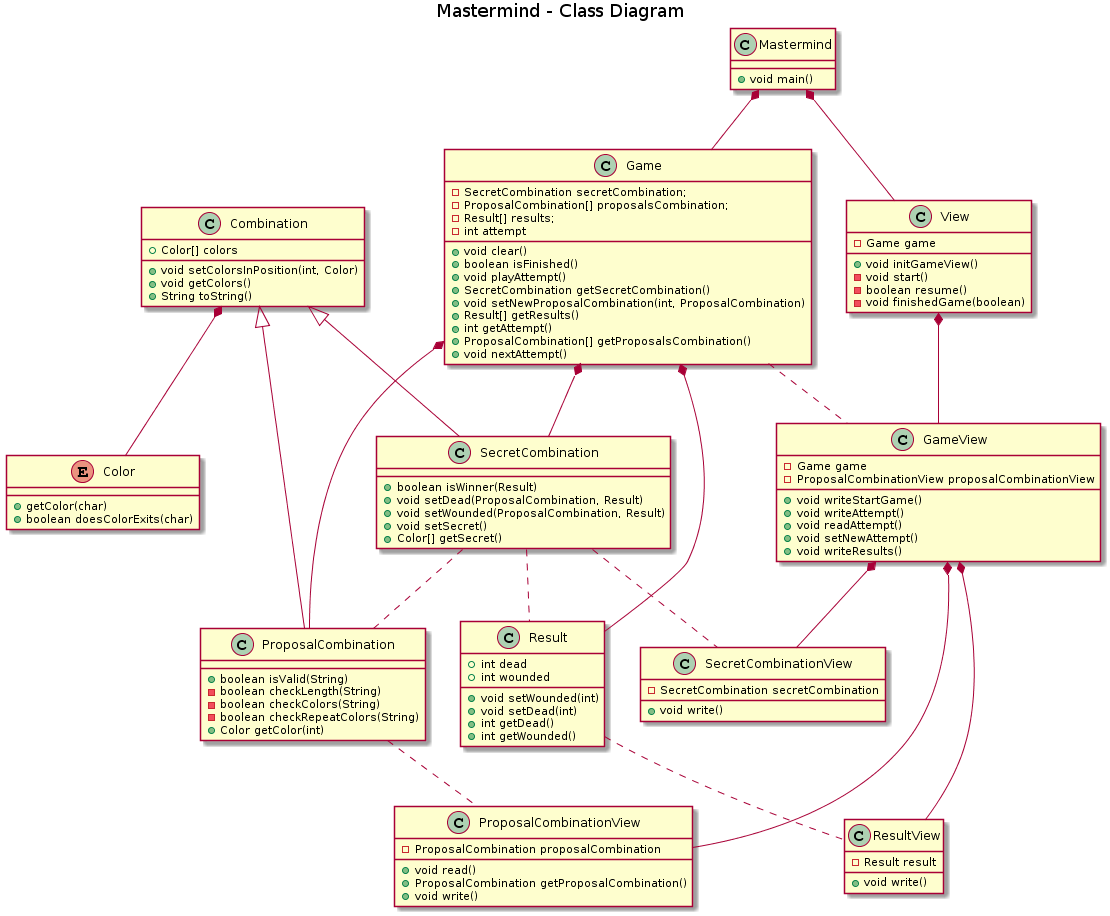
Earlier version of the PlantUML export images/diagramaClasesIteracion4.png (laucv/mastermind).
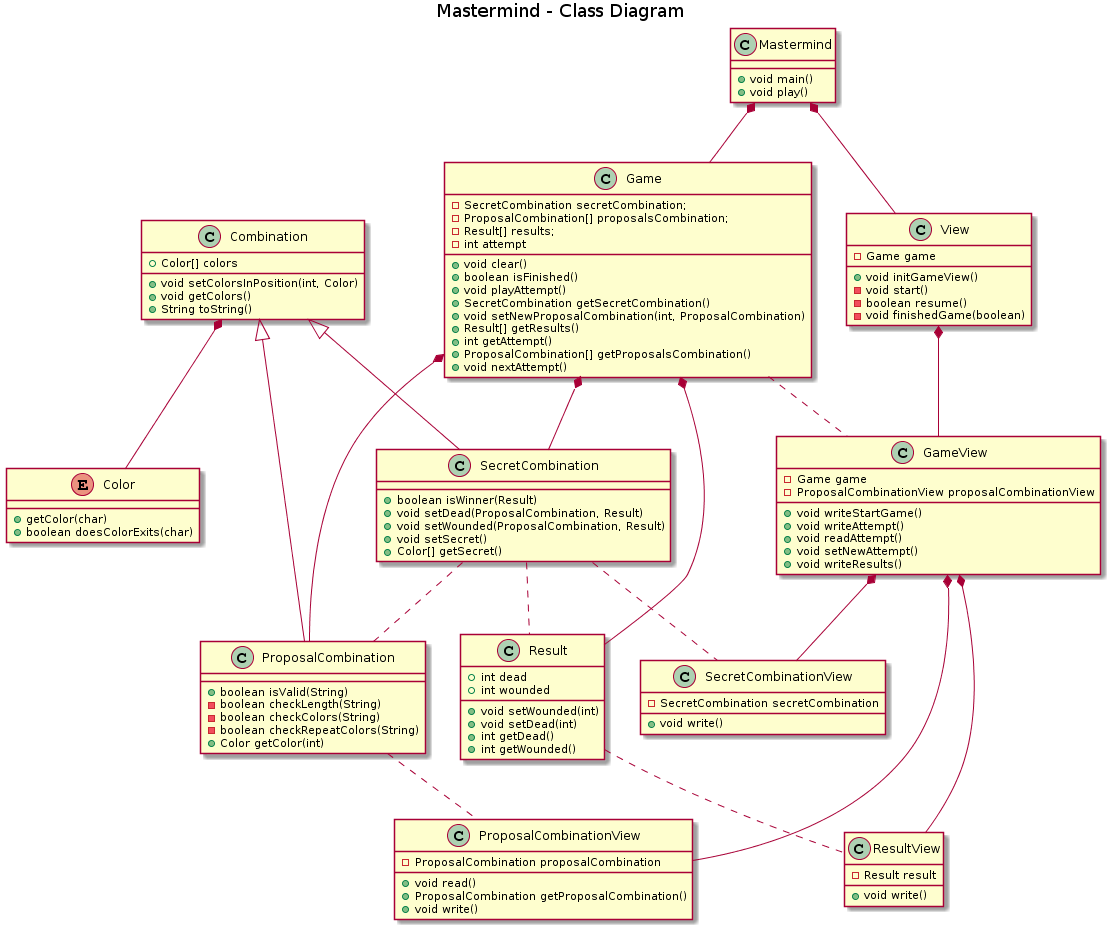
After the change.

Commit message:
corrección diagrama4

The edit, as a diff of the source:
```diff
@@ -4,6 +4,7 @@
 
 class Mastermind {
     +void main()
+    +void play()
 }
 
 
```
